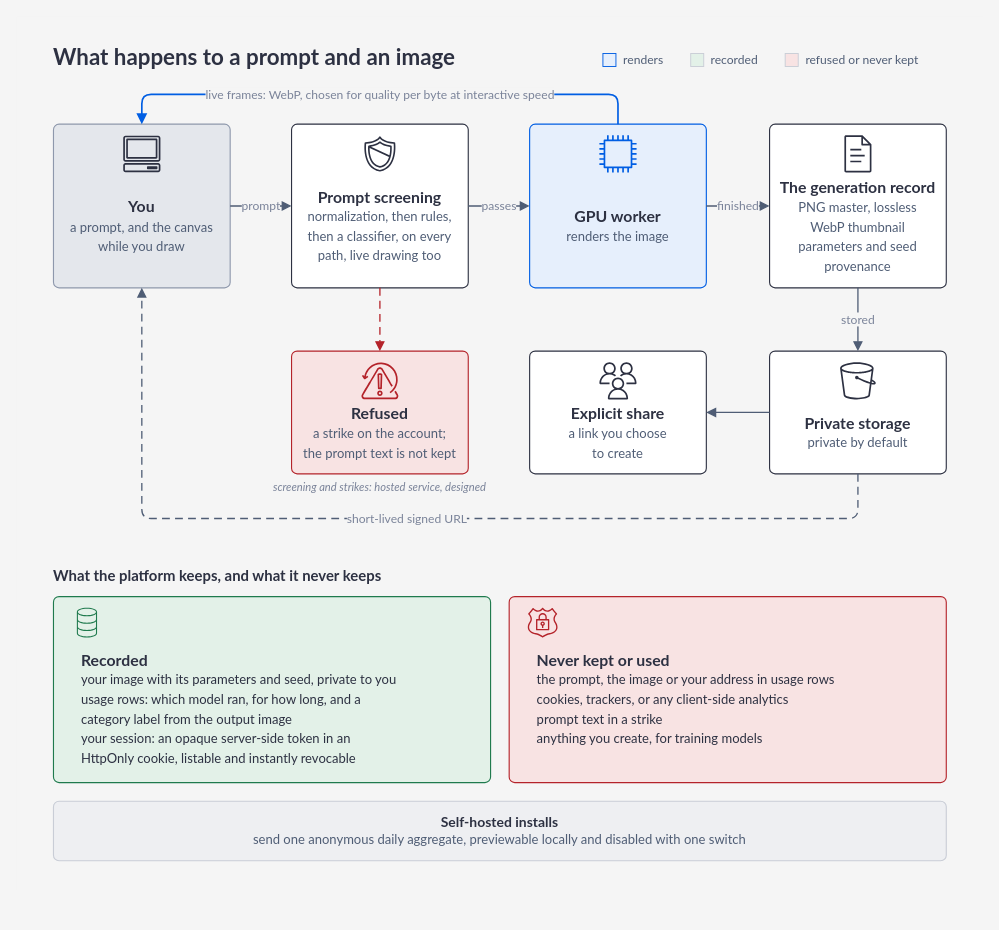
Above: docs/figures/whitepaper/image-lifecycle.drawio in Portocolom-Studio/potocolom (draw.io), before the change. Source tidied: cells renumbered, new cells numbered last; positions are measured from the earlier drawing's top-left corner, leaving out a move shared by most shapes. Both pictures are drawn from the tidied source at 93%, with x=0, y=0 at pixel (16, 16).
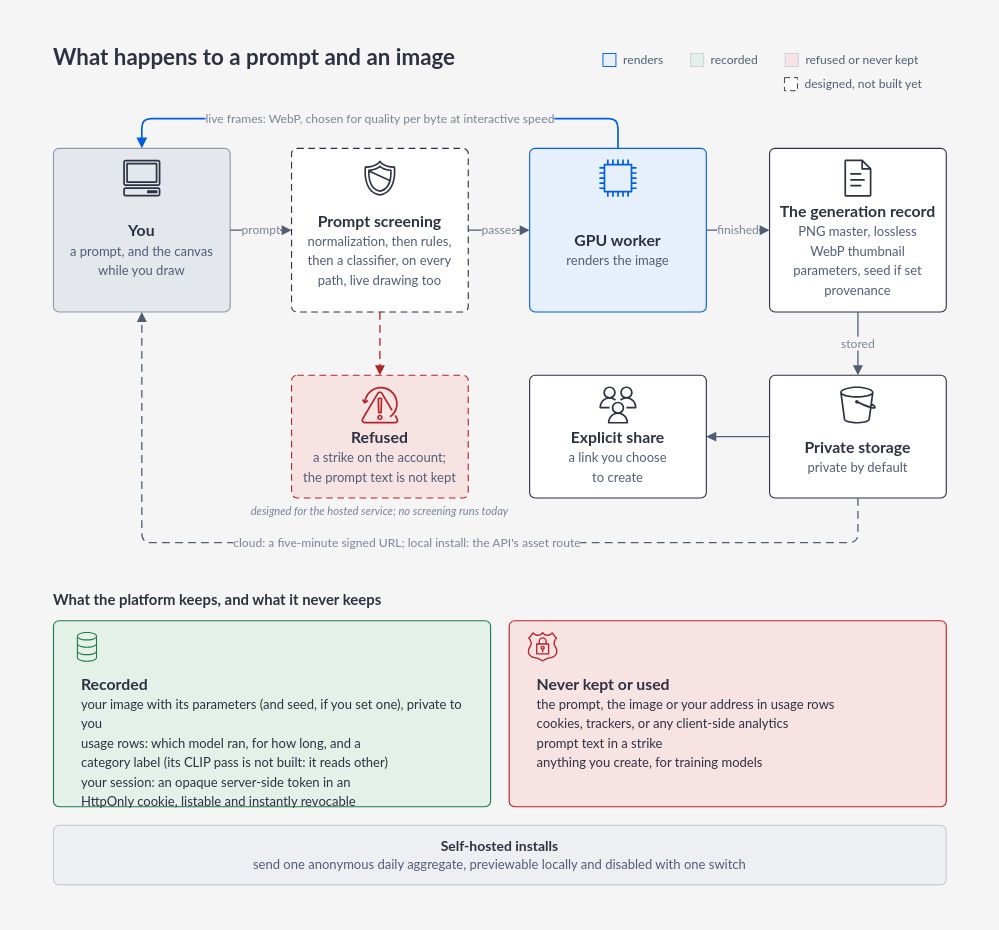
After the change.

Change to the diagram source:
```diff
@@
     <mxCell id="2" style="rounded=0;absoluteArcSize=1;arcSize=12;whiteSpace=wrap;html=1;fillColor=#f5f5f5;strokeColor=none;strokeWidth=1.2;fontFamily=Lato;fontSize=16;fontColor=#2d3142;fontStyle=1;align=center;verticalAlign=middle;spacing=10;selectable=0;" parent="1" vertex="1">
-      <mxGeometry width="1040" height="940" as="geometry" />
+      <mxGeometry width="1040" height="966" as="geometry" />
     </mxCell>
@@
+    <mxCell id="39" style="rounded=0;absoluteArcSize=1;arcSize=12;whiteSpace=wrap;html=1;fillColor=#ffffff;strokeColor=#2d3142;strokeWidth=1;fontFamily=Lato;fontSize=16;fontColor=#2d3142;fontStyle=1;align=center;verticalAlign=middle;spacing=10;dashed=1;dashPattern=6 4;" parent="1" vertex="1">
+      <mxGeometry x="826" y="66" width="14" height="14" as="geometry" />
+    </mxCell>
+    <mxCell id="40" value="designed, not built yet" style="text;html=1;whiteSpace=wrap;fontFamily=Lato;fontSize=13;fontColor=#4f5d75;fontStyle=0;align=left;verticalAlign=middle;spacing=0;" parent="1" vertex="1">
+      <mxGeometry x="848" y="63" width="152" height="20" as="geometry" />
+    </mxCell>
     <mxCell id="10" value="&lt;b&gt;You&lt;/b&gt;&lt;br&gt;&lt;span style=&quot;font-size:14px;font-weight:normal;color:#4f5d75;line-height:1.5&quot;&gt;a prompt, and the canvas&lt;br&gt;while you draw&lt;/span&gt;" style="spacingTop=44;rounded=1;absoluteArcSize=1;arcSize=12;whiteSpace=wrap;html=1;fillColor=#e4e7ec;strokeColor=#8e98ac;strokeWidth=1.2;fontFamily=Lato;fontSize=17;fontColor=#2d3142;fontStyle=0;align=center;verticalAlign=middle;spacing=10;" parent="1" vertex="1">
-      <mxGeometry x="40" y="116" width="190" height="176" as="geometry" />
+      <mxGeometry x="40" y="142" width="190" height="176" as="geometry" />
     </mxCell>
-    <mxCell id="11" style="shape=mxgraph.aws4.client;fillColor=#2d3142;strokeColor=none;html=1;" parent="1" vertex="1">
-      <mxGeometry x="115" y="128" width="40" height="40" as="geometry" />
-    </mxCell>
+    <mxCell id="13" style="shape=mxgraph.aws4.client;fillColor=#2d3142;strokeColor=none;html=1;" parent="1" vertex="1">
+      <mxGeometry x="115" y="154" width="40" height="40" as="geometry" />
+    </mxCell>
-    <mxCell id="12" value="&lt;b&gt;Prompt screening&lt;/b&gt;&lt;br&gt;&lt;span style=&quot;font-size:14px;font-weight:normal;color:#4f5d75;line-height:1.5&quot;&gt;normalization, then rules,&lt;br&gt;then a classifier, on every&lt;br&gt;path, live drawing too&lt;/span&gt;" style="spacingTop=44;rounded=1;absoluteArcSize=1;arcSize=12;whiteSpace=wrap;html=1;fillColor=#ffffff;strokeColor=#2d3142;strokeWidth=1.2;fontFamily=Lato;fontSize=17;fontColor=#2d3142;fontStyle=0;align=center;verticalAlign=middle;spacing=10;" parent="1" vertex="1">
-      <mxGeometry x="296" y="116" width="190" height="176" as="geometry" />
+    <mxCell id="12" value="&lt;b&gt;Prompt screening&lt;/b&gt;&lt;br&gt;&lt;span style=&quot;font-size:14px;font-weight:normal;color:#4f5d75;line-height:1.5&quot;&gt;normalization, then rules,&lt;br&gt;then a classifier, on every&lt;br&gt;path, live drawing too&lt;/span&gt;" style="dashed=1;dashPattern=6 4;spacingTop=44;rounded=1;absoluteArcSize=1;arcSize=12;whiteSpace=wrap;html=1;fillColor=#ffffff;strokeColor=#2d3142;strokeWidth=1.2;fontFamily=Lato;fontSize=17;fontColor=#2d3142;fontStyle=0;align=center;verticalAlign=middle;spacing=10;" parent="1" vertex="1">
+      <mxGeometry x="296" y="142" width="190" height="176" as="geometry" />
     </mxCell>
-    <mxCell id="13" style="shape=mxgraph.aws4.shield2;fillColor=#2d3142;strokeColor=none;html=1;" parent="1" vertex="1">
-      <mxGeometry x="371" y="128" width="40" height="40" as="geometry" />
-    </mxCell>
+    <mxCell id="15" style="shape=mxgraph.aws4.shield2;fillColor=#2d3142;strokeColor=none;html=1;" parent="1" vertex="1">
+      <mxGeometry x="371" y="154" width="40" height="40" as="geometry" />
+    </mxCell>
     <mxCell id="14" value="&lt;b&gt;GPU worker&lt;/b&gt;&lt;br&gt;&lt;span style=&quot;font-size:14px;font-weight:normal;color:#4f5d75;line-height:1.5&quot;&gt;renders the image&lt;/span&gt;" style="spacingTop=44;rounded=1;absoluteArcSize=1;arcSize=12;whiteSpace=wrap;html=1;fillColor=#e6effc;strokeColor=#005ee3;strokeWidth=1.2;fontFamily=Lato;fontSize=17;fontColor=#2d3142;fontStyle=0;align=center;verticalAlign=middle;spacing=10;" parent="1" vertex="1">
-      <mxGeometry x="552" y="116" width="190" height="176" as="geometry" />
+      <mxGeometry x="552" y="142" width="190" height="176" as="geometry" />
     </mxCell>
-    <mxCell id="15" style="shape=mxgraph.aws4.instance2;fillColor=#005ee3;strokeColor=none;html=1;" parent="1" vertex="1">
-      <mxGeometry x="627" y="128" width="40" height="40" as="geometry" />
-    </mxCell>
-    <mxCell id="16" value="&lt;b&gt;The generation record&lt;/b&gt;&lt;br&gt;&lt;span style=&quot;font-size:14px;font-weight:normal;color:#4f5d75;line-height:1.5&quot;&gt;PNG master, lossless&lt;br&gt;WebP thumbnail&lt;br&gt;parameters and seed&lt;br&gt;provenance&lt;/span&gt;" style="spacingTop=44;rounded=1;absoluteArcSize=1;arcSize=12;whiteSpace=wrap;html=1;fillColor=#ffffff;strokeColor=#2d3142;strokeWidth=1.2;fontFamily=Lato;fontSize=17;fontColor=#2d3142;fontStyle=0;align=center;verticalAlign=middle;spacing=10;" parent="1" vertex="1">
-      <mxGeometry x="810" y="116" width="190" height="176" as="geometry" />
-    </mxCell>
-    <mxCell id="17" style="shape=mxgraph.aws4.document;fillColor=#2d3142;strokeColor=none;html=1;" parent="1" vertex="1">
-      <mxGeometry x="885" y="128" width="40" height="40" as="geometry" />
+    <mxCell id="17" style="shape=mxgraph.aws4.instance2;fillColor=#005ee3;strokeColor=none;html=1;" parent="1" vertex="1">
+      <mxGeometry x="627" y="154" width="40" height="40" as="geometry" />
     </mxCell>
-    <mxCell id="18" value="screening and strikes: hosted service, designed" style="text;html=1;whiteSpace=wrap;fontFamily=Lato;fontSize=12;fontColor=#7a8399;fontStyle=2;align=center;verticalAlign=middle;spacing=0;" parent="1" vertex="1">
-      <mxGeometry x="256" y="498" width="270" height="18" as="geometry" />
-    </mxCell>
-    <mxCell id="19" value="prompt" style="edgeStyle=orthogonalEdgeStyle;rounded=1;html=1;strokeColor=#4f5d75;strokeWidth=1.4;fontFamily=Lato;fontSize=13;fontColor=#7a8399;labelBackgroundColor=#f5f5f5;endArrow=block;endFill=1;endSize=7;exitX=1;exitY=0.5;exitDx=0;exitDy=0;entryX=0;entryY=0.5;entryDx=0;entryDy=0;" parent="1" edge="1" source="10" target="12">
-      <mxGeometry relative="1" as="geometry" />
-    </mxCell>
-    <mxCell id="20" value="passes" style="edgeStyle=orthogonalEdgeStyle;rounded=1;html=1;strokeColor=#4f5d75;strokeWidth=1.4;fontFamily=Lato;fontSize=13;fontColor=#7a8399;labelBackgroundColor=#f5f5f5;endArrow=block;endFill=1;endSize=7;exitX=1;exitY=0.5;exitDx=0;exitDy=0;entryX=0;entryY=0.5;entryDx=0;entryDy=0;" parent="1" edge="1" source="12" target="14">
-      <mxGeometry relative="1" as="geometry" />
-    </mxCell>
+    <mxCell id="41" value="&lt;b&gt;The generation record&lt;/b&gt;&lt;br&gt;&lt;span style=&quot;font-size:14px;font-weight:normal;color:#4f5d75;line-height:1.5&quot;&gt;PNG master, lossless&lt;br&gt;WebP thumbnail&lt;br&gt;parameters, seed if set&lt;br&gt;provenance&lt;/span&gt;" style="spacingTop=44;rounded=1;absoluteArcSize=1;arcSize=12;whiteSpace=wrap;html=1;fillColor=#ffffff;strokeColor=#2d3142;strokeWidth=1.2;fontFamily=Lato;fontSize=17;fontColor=#2d3142;fontStyle=0;align=center;verticalAlign=middle;spacing=10;" parent="1" vertex="1">
+      <mxGeometry x="810" y="142" width="190" height="176" as="geometry" />
+    </mxCell>
+    <mxCell id="42" style="shape=mxgraph.aws4.document;fillColor=#2d3142;strokeColor=none;html=1;" parent="1" vertex="1">
+      <mxGeometry x="885" y="154" width="40" height="40" as="geometry" />
+    </mxCell>
+    <mxCell id="43" value="designed for the hosted service; no screening runs today" style="text;html=1;whiteSpace=wrap;fontFamily=Lato;fontSize=12;fontColor=#7a8399;fontStyle=2;align=center;verticalAlign=middle;spacing=0;" parent="1" vertex="1">
+      <mxGeometry x="236" y="524" width="310" height="18" as="geometry" />
+    </mxCell>
-    <mxCell id="21" value="finished" style="edgeStyle=orthogonalEdgeStyle;rounded=1;html=1;strokeColor=#4f5d75;strokeWidth=1.4;fontFamily=Lato;fontSize=13;fontColor=#7a8399;labelBackgroundColor=#f5f5f5;endArrow=block;endFill=1;endSize=7;exitX=1;exitY=0.5;exitDx=0;exitDy=0;entryX=0;entryY=0.5;entryDx=0;entryDy=0;" parent="1" edge="1" source="14" target="16">
+    <mxCell id="21" value="prompt" style="edgeStyle=orthogonalEdgeStyle;rounded=1;html=1;strokeColor=#4f5d75;strokeWidth=1.4;fontFamily=Lato;fontSize=13;fontColor=#7a8399;labelBackgroundColor=#f5f5f5;endArrow=block;endFill=1;endSize=7;exitX=1;exitY=0.5;exitDx=0;exitDy=0;entryX=0;entryY=0.5;entryDx=0;entryDy=0;" parent="1" edge="1" source="10" target="12">
       <mxGeometry relative="1" as="geometry" />
     </mxCell>
-    <mxCell id="22" value="live frames: WebP, chosen for quality per byte at interactive speed" style="edgeStyle=orthogonalEdgeStyle;rounded=1;html=1;strokeColor=#005ee3;strokeWidth=1.8;fontFamily=Lato;fontSize=13;fontColor=#7a8399;labelBackgroundColor=#f5f5f5;endArrow=block;endFill=1;endSize=7;exitX=0.5;exitY=0;exitDx=0;exitDy=0;entryX=0.5;entryY=0;entryDx=0;entryDy=0;" parent="1" edge="1" source="14" target="10">
-      <mxGeometry relative="1" as="geometry">
-        <Array as="points">
-          <mxPoint x="647" y="84" />
-          <mxPoint x="135" y="84" />
-        </Array>
-      </mxGeometry>
+    <mxCell id="22" value="passes" style="edgeStyle=orthogonalEdgeStyle;rounded=1;html=1;strokeColor=#4f5d75;strokeWidth=1.4;fontFamily=Lato;fontSize=13;fontColor=#7a8399;labelBackgroundColor=#f5f5f5;endArrow=block;endFill=1;endSize=7;exitX=1;exitY=0.5;exitDx=0;exitDy=0;entryX=0;entryY=0.5;entryDx=0;entryDy=0;" parent="1" edge="1" source="12" target="14">
+      <mxGeometry relative="1" as="geometry" />
     </mxCell>
+    <mxCell id="44" value="finished" style="edgeStyle=orthogonalEdgeStyle;rounded=1;html=1;strokeColor=#4f5d75;strokeWidth=1.4;fontFamily=Lato;fontSize=13;fontColor=#7a8399;labelBackgroundColor=#f5f5f5;endArrow=block;endFill=1;endSize=7;exitX=1;exitY=0.5;exitDx=0;exitDy=0;entryX=0;entryY=0.5;entryDx=0;entryDy=0;" parent="1" edge="1" source="14" target="41">
+      <mxGeometry relative="1" as="geometry" />
+    </mxCell>
+    <mxCell id="45" value="live frames: WebP, chosen for quality per byte at interactive speed" style="edgeStyle=orthogonalEdgeStyle;rounded=1;html=1;strokeColor=#005ee3;strokeWidth=1.8;fontFamily=Lato;fontSize=13;fontColor=#7a8399;labelBackgroundColor=#f5f5f5;endArrow=block;endFill=1;endSize=7;exitX=0.5;exitY=0;exitDx=0;exitDy=0;entryX=0.5;entryY=0;entryDx=0;entryDy=0;" parent="1" edge="1" source="14" target="10">
+      <mxGeometry relative="1" as="geometry">
+        <Array as="points">
+          <mxPoint x="647" y="110" />
+          <mxPoint x="135" y="110" />
+        </Array>
+      </mxGeometry>
+    </mxCell>
-    <mxCell id="23" value="&lt;b&gt;Refused&lt;/b&gt;&lt;br&gt;&lt;span style=&quot;font-size:14px;font-weight:normal;color:#4f5d75;line-height:1.5&quot;&gt;a strike on the account;&lt;br&gt;the prompt text is not kept&lt;/span&gt;" style="spacingTop=44;rounded=1;absoluteArcSize=1;arcSize=12;whiteSpace=wrap;html=1;fillColor=#f8e3e3;strokeColor=#b4232a;strokeWidth=1.2;fontFamily=Lato;fontSize=17;fontColor=#2d3142;fontStyle=0;align=center;verticalAlign=middle;spacing=10;" parent="1" vertex="1">
-      <mxGeometry x="296" y="360" width="190" height="132" as="geometry" />
+    <mxCell id="23" value="&lt;b&gt;Refused&lt;/b&gt;&lt;br&gt;&lt;span style=&quot;font-size:14px;font-weight:normal;color:#4f5d75;line-height:1.5&quot;&gt;a strike on the account;&lt;br&gt;the prompt text is not kept&lt;/span&gt;" style="dashed=1;dashPattern=6 4;spacingTop=44;rounded=1;absoluteArcSize=1;arcSize=12;whiteSpace=wrap;html=1;fillColor=#f8e3e3;strokeColor=#b4232a;strokeWidth=1.2;fontFamily=Lato;fontSize=17;fontColor=#2d3142;fontStyle=0;align=center;verticalAlign=middle;spacing=10;" parent="1" vertex="1">
+      <mxGeometry x="296" y="386" width="190" height="132" as="geometry" />
     </mxCell>
-    <mxCell id="24" style="shape=mxgraph.aws4.backup_recovery_point_objective;fillColor=#b4232a;strokeColor=none;html=1;" parent="1" vertex="1">
-      <mxGeometry x="371" y="372" width="40" height="40" as="geometry" />
-    </mxCell>
+    <mxCell id="26" style="shape=mxgraph.aws4.backup_recovery_point_objective;fillColor=#b4232a;strokeColor=none;html=1;" parent="1" vertex="1">
+      <mxGeometry x="371" y="398" width="40" height="40" as="geometry" />
+    </mxCell>
     <mxCell id="25" value="&lt;b&gt;Explicit share&lt;/b&gt;&lt;br&gt;&lt;span style=&quot;font-size:14px;font-weight:normal;color:#4f5d75;line-height:1.5&quot;&gt;a link you choose&lt;br&gt;to create&lt;/span&gt;" style="spacingTop=44;rounded=1;absoluteArcSize=1;arcSize=12;whiteSpace=wrap;html=1;fillColor=#ffffff;strokeColor=#2d3142;strokeWidth=1.2;fontFamily=Lato;fontSize=17;fontColor=#2d3142;fontStyle=0;align=center;verticalAlign=middle;spacing=10;" parent="1" vertex="1">
-      <mxGeometry x="552" y="360" width="190" height="132" as="geometry" />
+      <mxGeometry x="552" y="386" width="190" height="132" as="geometry" />
     </mxCell>
-    <mxCell id="26" style="shape=mxgraph.aws4.users;fillColor=#2d3142;strokeColor=none;html=1;" parent="1" vertex="1">
-      <mxGeometry x="627" y="372" width="40" height="40" as="geometry" />
-    </mxCell>
+    <mxCell id="28" style="shape=mxgraph.aws4.users;fillColor=#2d3142;strokeColor=none;html=1;" parent="1" vertex="1">
+      <mxGeometry x="627" y="398" width="40" height="40" as="geometry" />
+    </mxCell>
     <mxCell id="27" value="&lt;b&gt;Private storage&lt;/b&gt;&lt;br&gt;&lt;span style=&quot;font-size:14px;font-weight:normal;color:#4f5d75;line-height:1.5&quot;&gt;private by default&lt;/span&gt;" style="spacingTop=44;rounded=1;absoluteArcSize=1;arcSize=12;whiteSpace=wrap;html=1;fillColor=#ffffff;strokeColor=#2d3142;strokeWidth=1.2;fontFamily=Lato;fontSize=17;fontColor=#2d3142;fontStyle=0;align=center;verticalAlign=middle;spacing=10;" parent="1" vertex="1">
-      <mxGeometry x="810" y="360" width="190" height="132" as="geometry" />
+      <mxGeometry x="810" y="386" width="190" height="132" as="geometry" />
     </mxCell>
-    <mxCell id="28" style="shape=mxgraph.aws4.bucket;fillColor=#2d3142;strokeColor=none;html=1;" parent="1" vertex="1">
-      <mxGeometry x="885" y="372" width="40" height="40" as="geometry" />
-    </mxCell>
-    <mxCell id="29" style="edgeStyle=orthogonalEdgeStyle;rounded=1;html=1;strokeColor=#b4232a;strokeWidth=1.4;fontFamily=Lato;fontSize=13;fontColor=#7a8399;labelBackgroundColor=#f5f5f5;endArrow=block;endFill=1;endSize=7;dashed=1;dashPattern=6 4;exitX=0.5;exitY=1;exitDx=0;exitDy=0;entryX=0.5;entryY=0;entryDx=0;entryDy=0;" parent="1" edge="1" source="12" target="23">
-      <mxGeometry relative="1" as="geometry" />
-    </mxCell>
-    <mxCell id="30" value="stored" style="edgeStyle=orthogonalEdgeStyle;rounded=1;html=1;strokeColor=#4f5d75;strokeWidth=1.4;fontFamily=Lato;fontSize=13;fontColor=#7a8399;labelBackgroundColor=#f5f5f5;endArrow=block;endFill=1;endSize=7;exitX=0.5;exitY=1;exitDx=0;exitDy=0;entryX=0.5;entryY=0;entryDx=0;entryDy=0;" parent="1" edge="1" source="16" target="27">
-      <mxGeometry relative="1" as="geometry" />
-    </mxCell>
+    <mxCell id="46" style="shape=mxgraph.aws4.bucket;fillColor=#2d3142;strokeColor=none;html=1;" parent="1" vertex="1">
+      <mxGeometry x="885" y="398" width="40" height="40" as="geometry" />
+    </mxCell>
-    <mxCell id="31" style="edgeStyle=orthogonalEdgeStyle;rounded=1;html=1;strokeColor=#4f5d75;strokeWidth=1.4;fontFamily=Lato;fontSize=13;fontColor=#7a8399;labelBackgroundColor=#f5f5f5;endArrow=block;endFill=1;endSize=7;exitX=0;exitY=0.5;exitDx=0;exitDy=0;entryX=1;entryY=0.5;entryDx=0;entryDy=0;" parent="1" edge="1" source="27" target="25">
+    <mxCell id="31" style="edgeStyle=orthogonalEdgeStyle;rounded=1;html=1;strokeColor=#b4232a;strokeWidth=1.4;fontFamily=Lato;fontSize=13;fontColor=#7a8399;labelBackgroundColor=#f5f5f5;endArrow=block;endFill=1;endSize=7;dashed=1;dashPattern=6 4;exitX=0.5;exitY=1;exitDx=0;exitDy=0;entryX=0.5;entryY=0;entryDx=0;entryDy=0;" parent="1" edge="1" source="12" target="23">
       <mxGeometry relative="1" as="geometry" />
     </mxCell>
-    <mxCell id="32" value="short-lived signed URL" style="edgeStyle=orthogonalEdgeStyle;rounded=1;html=1;strokeColor=#4f5d75;strokeWidth=1.4;fontFamily=Lato;fontSize=13;fontColor=#7a8399;labelBackgroundColor=#f5f5f5;endArrow=block;endFill=1;endSize=7;dashed=1;dashPattern=6 4;exitX=0.5;exitY=1;exitDx=0;exitDy=0;entryX=0.5;entryY=1;entryDx=0;entryDy=0;" parent="1" edge="1" source="27" target="10">
-      <mxGeometry relative="1" as="geometry">
-        <Array as="points">
-          <mxPoint x="905" y="540" />
-          <mxPoint x="135" y="540" />
-        </Array>
-      </mxGeometry>
+    <mxCell id="32" value="stored" style="edgeStyle=orthogonalEdgeStyle;rounded=1;html=1;strokeColor=#4f5d75;strokeWidth=1.4;fontFamily=Lato;fontSize=13;fontColor=#7a8399;labelBackgroundColor=#f5f5f5;endArrow=block;endFill=1;endSize=7;exitX=0.5;exitY=1;exitDx=0;exitDy=0;entryX=0.5;entryY=0;entryDx=0;entryDy=0;" parent="1" edge="1" source="41" target="27">
+      <mxGeometry relative="1" as="geometry" />
     </mxCell>
+    <mxCell id="47" style="edgeStyle=orthogonalEdgeStyle;rounded=1;html=1;strokeColor=#4f5d75;strokeWidth=1.4;fontFamily=Lato;fontSize=13;fontColor=#7a8399;labelBackgroundColor=#f5f5f5;endArrow=block;endFill=1;endSize=7;exitX=0;exitY=0.5;exitDx=0;exitDy=0;entryX=1;entryY=0.5;entryDx=0;entryDy=0;" parent="1" edge="1" source="27" target="25">
+      <mxGeometry relative="1" as="geometry" />
+    </mxCell>
+    <mxCell id="48" value="cloud: a five-minute signed URL; local install: the API's asset route" style="edgeStyle=orthogonalEdgeStyle;rounded=1;html=1;strokeColor=#4f5d75;strokeWidth=1.4;fontFamily=Lato;fontSize=13;fontColor=#7a8399;labelBackgroundColor=#f5f5f5;endArrow=block;endFill=1;endSize=7;dashed=1;dashPattern=6 4;exitX=0.5;exitY=1;exitDx=0;exitDy=0;entryX=0.5;entryY=1;entryDx=0;entryDy=0;" parent="1" edge="1" source="27" target="10">
+      <mxGeometry relative="1" as="geometry">
+        <Array as="points">
+          <mxPoint x="905" y="566" />
+          <mxPoint x="135" y="566" />
+        </Array>
+      </mxGeometry>
+    </mxCell>
     <mxCell id="33" value="What the platform keeps, and what it never keeps" style="text;html=1;whiteSpace=wrap;fontFamily=Lato;fontSize=16;fontColor=#2d3142;fontStyle=1;align=left;verticalAlign=middle;spacing=0;" parent="1" vertex="1">
-      <mxGeometry x="40" y="590" width="960" height="22" as="geometry" />
+      <mxGeometry x="40" y="616" width="960" height="22" as="geometry" />
     </mxCell>
-    <mxCell id="34" value="&lt;b&gt;Recorded&lt;/b&gt;&lt;br&gt;&lt;span style=&quot;font-size:14px;font-weight:normal;color:#2d3142;line-height:1.5&quot;&gt;your image with its parameters and seed, private to you&lt;br&gt;usage rows: which model ran, for how long, and a&lt;br&gt;category label from the output image&lt;br&gt;your session: an opaque server-side token in an&lt;br&gt;HttpOnly cookie, listable and instantly revocable&lt;/span&gt;" style="spacingTop=44;rounded=1;absoluteArcSize=1;arcSize=12;whiteSpace=wrap;html=1;fillColor=#e3f1e8;strokeColor=#1f7a4d;strokeWidth=1.2;fontFamily=Lato;fontSize=17;fontColor=#2d3142;fontStyle=0;align=left;verticalAlign=top;spacingLeft=20;spacing=10;" parent="1" vertex="1">
-      <mxGeometry x="40" y="624" width="470" height="200" as="geometry" />
-    </mxCell>
-    <mxCell id="35" style="shape=mxgraph.aws4.database;fillColor=#1f7a4d;strokeColor=none;html=1;" parent="1" vertex="1">
-      <mxGeometry x="60" y="636" width="32" height="32" as="geometry" />
-    </mxCell>
+    <mxCell id="49" value="&lt;b&gt;Recorded&lt;/b&gt;&lt;br&gt;&lt;span style=&quot;font-size:14px;font-weight:normal;color:#2d3142;line-height:1.5&quot;&gt;your image with its parameters (and seed, if you set one), private to you&lt;br&gt;usage rows: which model ran, for how long, and a&lt;br&gt;category label (its CLIP pass is not built: it reads other)&lt;br&gt;your session: an opaque server-side token in an&lt;br&gt;HttpOnly cookie, listable and instantly revocable&lt;/span&gt;" style="spacingTop=44;rounded=1;absoluteArcSize=1;arcSize=12;whiteSpace=wrap;html=1;fillColor=#e3f1e8;strokeColor=#1f7a4d;strokeWidth=1.2;fontFamily=Lato;fontSize=17;fontColor=#2d3142;fontStyle=0;align=left;verticalAlign=top;spacingLeft=20;spacing=10;" parent="1" vertex="1">
+      <mxGeometry x="40" y="650" width="470" height="200" as="geometry" />
+    </mxCell>
+    <mxCell id="37" style="shape=mxgraph.aws4.database;fillColor=#1f7a4d;strokeColor=none;html=1;" parent="1" vertex="1">
+      <mxGeometry x="60" y="662" width="32" height="32" as="geometry" />
+    </mxCell>
     <mxCell id="36" value="&lt;b&gt;Never kept or used&lt;/b&gt;&lt;br&gt;&lt;span style=&quot;font-size:14px;font-weight:normal;color:#2d3142;line-height:1.5&quot;&gt;the prompt, the image or your address in usage rows&lt;br&gt;cookies, trackers, or any client-side analytics&lt;br&gt;prompt text in a strike&lt;br&gt;anything you create, for training models&lt;/span&gt;" style="spacingTop=44;rounded=1;absoluteArcSize=1;arcSize=12;whiteSpace=wrap;html=1;fillColor=#f8e3e3;strokeColor=#b4232a;strokeWidth=1.2;fontFamily=Lato;fontSize=17;fontColor=#2d3142;fontStyle=0;align=left;verticalAlign=top;spacingLeft=20;spacing=10;" parent="1" vertex="1">
-      <mxGeometry x="530" y="624" width="470" height="200" as="geometry" />
+      <mxGeometry x="530" y="650" width="470" height="200" as="geometry" />
     </mxCell>
-    <mxCell id="37" style="shape=mxgraph.aws4.ssl_padlock;fillColor=#b4232a;strokeColor=none;html=1;" parent="1" vertex="1">
-      <mxGeometry x="550" y="636" width="32" height="32" as="geometry" />
-    </mxCell>
+    <mxCell id="50" style="shape=mxgraph.aws4.ssl_padlock;fillColor=#b4232a;strokeColor=none;html=1;" parent="1" vertex="1">
+      <mxGeometry x="550" y="662" width="32" height="32" as="geometry" />
+    </mxCell>
     <mxCell id="38" value="&lt;b&gt;Self-hosted installs&lt;/b&gt;&lt;br&gt;&lt;span style=&quot;font-size:14px;font-weight:normal;color:#4f5d75;line-height:1.5&quot;&gt;send one anonymous daily aggregate, previewable locally and disabled with one switch&lt;/span&gt;" style="rounded=1;absoluteArcSize=1;arcSize=12;whiteSpace=wrap;html=1;fillColor=#eeeff2;strokeColor=#c9cdd6;strokeWidth=1.2;fontFamily=Lato;fontSize=15;fontColor=#2d3142;fontStyle=0;align=center;verticalAlign=middle;spacing=10;" parent="1" vertex="1">
-      <mxGeometry x="40" y="844" width="960" height="64" as="geometry" />
+      <mxGeometry x="40" y="870" width="960" height="64" as="geometry" />
     </mxCell>
```
